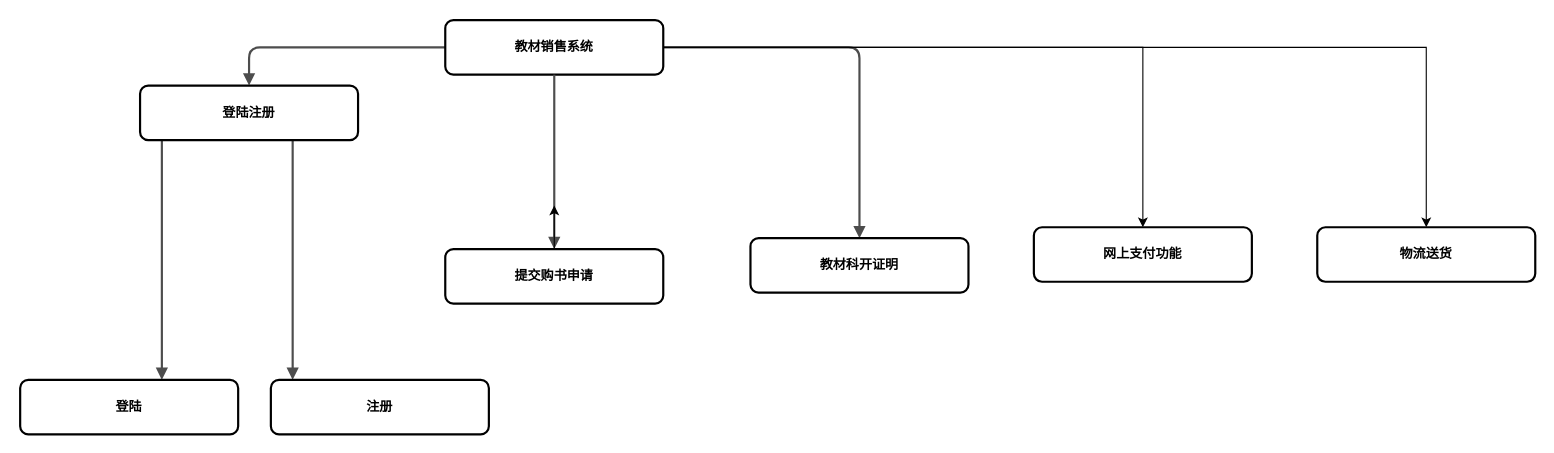
heibaike123/- keeps this draw.io diagram as 教材销售系统7.drawio. Above is the earlier version. Source tidied: cells renumbered, new cells numbered last; positions are measured from the earlier drawing's top-left corner, leaving out a move shared by most shapes. Both pictures are drawn from the tidied source at 109%, with x=0, y=0 at pixel (20, 20).
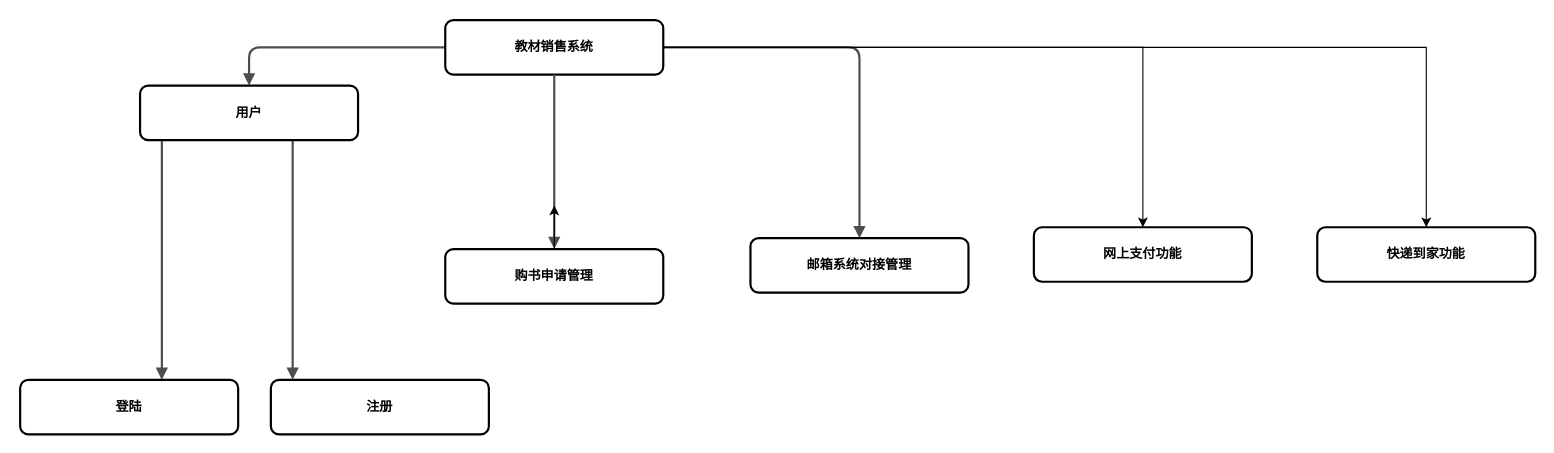
Above is the later version.

Commit message:
更新教材销售系统7.drawio

What changed in the source:
```diff
@@
-    <mxCell id="7" value="登陆注册" style="whiteSpace=wrap;html=1;rounded=1;shadow=0;comic=0;strokeWidth=2;fontFamily=Verdana;align=center;fontSize=12;fontStyle=1;" parent="1" vertex="1">
+    <mxCell id="7" value="用户" style="whiteSpace=wrap;html=1;rounded=1;shadow=0;comic=0;strokeWidth=2;fontFamily=Verdana;align=center;fontSize=12;fontStyle=1;" parent="1" vertex="1">
       <mxGeometry x="110" y="60" width="200" height="50" as="geometry" />
     </mxCell>
@@
-    <mxCell id="14" value="提交购书申请" style="whiteSpace=wrap;html=1;rounded=1;shadow=0;comic=0;strokeWidth=2;fontFamily=Verdana;align=center;fontSize=12;fontStyle=1;direction=east;" parent="1" vertex="1">
+    <mxCell id="14" value="购书申请管理" style="whiteSpace=wrap;html=1;rounded=1;shadow=0;comic=0;strokeWidth=2;fontFamily=Verdana;align=center;fontSize=12;fontStyle=1;direction=east;" parent="1" vertex="1">
       <mxGeometry x="390" y="210" width="200" height="50" as="geometry" />
     </mxCell>
-    <mxCell id="15" value="教材科开证明" style="whiteSpace=wrap;html=1;rounded=1;shadow=0;comic=0;strokeWidth=2;fontFamily=Verdana;align=center;fontSize=12;fontStyle=1;direction=east;" parent="1" vertex="1">
+    <mxCell id="15" value="邮箱系统对接管理" style="whiteSpace=wrap;html=1;rounded=1;shadow=0;comic=0;strokeWidth=2;fontFamily=Verdana;align=center;fontSize=12;fontStyle=1;direction=east;" parent="1" vertex="1">
       <mxGeometry x="670" y="200" width="200" height="50" as="geometry" />
     </mxCell>
@@
-    <mxCell id="17" value="物流送货" style="whiteSpace=wrap;html=1;rounded=1;shadow=0;comic=0;strokeWidth=2;fontFamily=Verdana;align=center;fontSize=12;fontStyle=1;direction=east;" parent="1" vertex="1">
+    <mxCell id="17" value="快递到家功能" style="whiteSpace=wrap;html=1;rounded=1;shadow=0;comic=0;strokeWidth=2;fontFamily=Verdana;align=center;fontSize=12;fontStyle=1;direction=east;" parent="1" vertex="1">
       <mxGeometry x="1190" y="190" width="200" height="50" as="geometry" />
     </mxCell>
```
